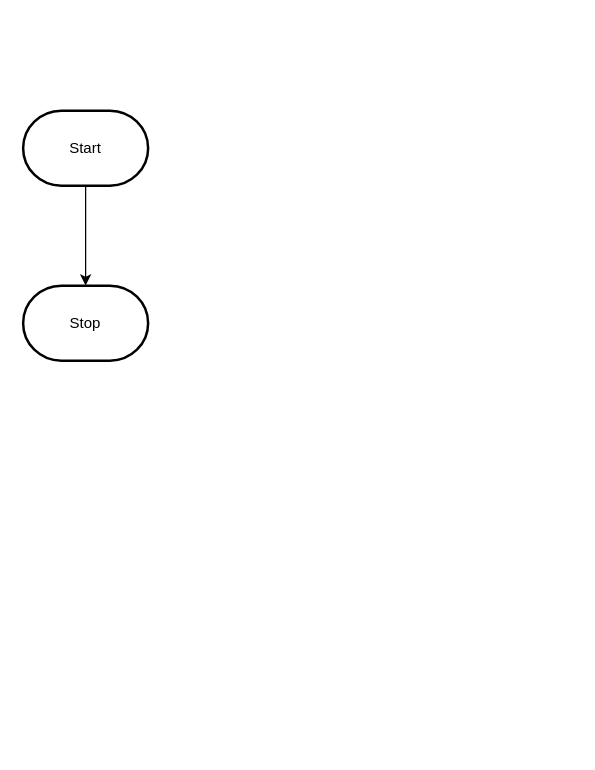
The draw.io diagram design/flowchart.drawio in MTHS-ICS2O-2-2022/ICS2O-Unit-3-02-Osamah-Hasan, before the edit. Source tidied: cells renumbered, new cells numbered last; positions are measured from the earlier drawing's top-left corner, leaving out a move shared by most shapes. Both pictures are drawn from the tidied source at 125%, with x=0, y=0 at pixel (22, 110).
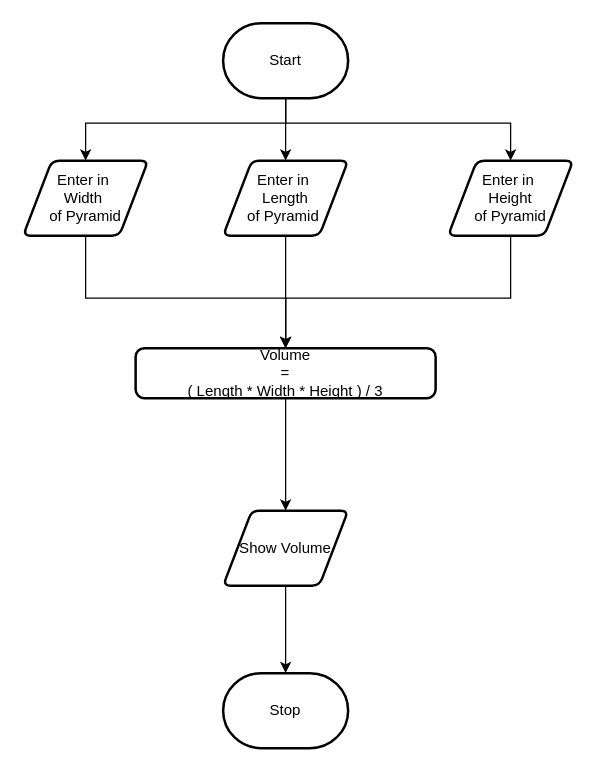
Above is the later version.

The edit, as a diff of the source:
```diff
@@
-    <mxCell id="2" style="edgeStyle=orthogonalEdgeStyle;html=1;rounded=0;" parent="1" edge="1" source="3" target="4">
-      <mxGeometry relative="1" as="geometry" />
-    </mxCell>
+    <mxCell id="5" style="edgeStyle=none;html=1;entryX=0.5;entryY=0;entryDx=0;entryDy=0;" parent="1" edge="1" source="3" target="9">
+      <mxGeometry relative="1" as="geometry" />
+    </mxCell>
+    <mxCell id="6" style="edgeStyle=orthogonalEdgeStyle;html=1;fontFamily=Helvetica;fontSize=12;fontColor=default;rounded=0;" parent="1" edge="1" source="3" target="15">
+      <mxGeometry relative="1" as="geometry">
+        <Array as="points">
+          <mxPoint x="210" y="10" />
+          <mxPoint x="50" y="10" />
+        </Array>
+      </mxGeometry>
+    </mxCell>
+    <mxCell id="7" style="edgeStyle=orthogonalEdgeStyle;shape=connector;rounded=0;html=1;labelBackgroundColor=default;strokeColor=default;fontFamily=Helvetica;fontSize=12;fontColor=default;endArrow=classic;" parent="1" edge="1" source="3" target="11">
+      <mxGeometry relative="1" as="geometry">
+        <Array as="points">
+          <mxPoint x="210" y="10" />
+          <mxPoint x="390" y="10" />
+        </Array>
+      </mxGeometry>
+    </mxCell>
     <mxCell id="3" value="Start" style="strokeWidth=2;html=1;shape=mxgraph.flowchart.terminator;whiteSpace=wrap;" parent="1" vertex="1">
-      <mxGeometry width="100" height="60" as="geometry" />
+      <mxGeometry x="160" y="-70" width="100" height="60" as="geometry" />
     </mxCell>
     <mxCell id="4" value="Stop" style="strokeWidth=2;html=1;shape=mxgraph.flowchart.terminator;whiteSpace=wrap;" parent="1" vertex="1">
-      <mxGeometry y="140" width="100" height="60" as="geometry" />
+      <mxGeometry x="160" y="450" width="100" height="60" as="geometry" />
     </mxCell>
+    <mxCell id="8" style="edgeStyle=orthogonalEdgeStyle;shape=connector;rounded=0;html=1;labelBackgroundColor=default;strokeColor=default;fontFamily=Helvetica;fontSize=12;fontColor=default;endArrow=classic;" parent="1" edge="1" source="9" target="13">
+      <mxGeometry relative="1" as="geometry" />
+    </mxCell>
+    <mxCell id="9" value="Enter in&amp;nbsp;&lt;br&gt;Length&lt;br&gt;of Pyramid&amp;nbsp;" style="shape=parallelogram;html=1;strokeWidth=2;perimeter=parallelogramPerimeter;whiteSpace=wrap;rounded=1;arcSize=12;size=0.23;" parent="1" vertex="1">
+      <mxGeometry x="160" y="40" width="100" height="60" as="geometry" />
+    </mxCell>
+    <mxCell id="10" style="edgeStyle=orthogonalEdgeStyle;shape=connector;rounded=0;html=1;labelBackgroundColor=default;strokeColor=default;fontFamily=Helvetica;fontSize=12;fontColor=default;endArrow=classic;" parent="1" edge="1" source="11" target="13">
+      <mxGeometry relative="1" as="geometry">
+        <Array as="points">
+          <mxPoint x="390" y="150" />
+          <mxPoint x="210" y="150" />
+        </Array>
+      </mxGeometry>
+    </mxCell>
+    <mxCell id="11" value="Enter in&amp;nbsp;&lt;br&gt;Height&lt;br&gt;of Pyramid" style="shape=parallelogram;html=1;strokeWidth=2;perimeter=parallelogramPerimeter;whiteSpace=wrap;rounded=1;arcSize=12;size=0.23;" parent="1" vertex="1">
+      <mxGeometry x="340" y="40" width="100" height="60" as="geometry" />
+    </mxCell>
+    <mxCell id="12" style="edgeStyle=orthogonalEdgeStyle;shape=connector;rounded=0;html=1;labelBackgroundColor=default;strokeColor=default;fontFamily=Helvetica;fontSize=12;fontColor=default;endArrow=classic;" parent="1" edge="1" source="13" target="17">
+      <mxGeometry relative="1" as="geometry" />
+    </mxCell>
+    <mxCell id="13" value="Volume &lt;br&gt;= &lt;br&gt;( Length * Width * Height ) / 3" style="rounded=1;whiteSpace=wrap;html=1;absoluteArcSize=1;arcSize=14;strokeWidth=2;" parent="1" vertex="1">
+      <mxGeometry x="90" y="190" width="240" height="40" as="geometry" />
+    </mxCell>
+    <mxCell id="14" style="edgeStyle=orthogonalEdgeStyle;shape=connector;rounded=0;html=1;labelBackgroundColor=default;strokeColor=default;fontFamily=Helvetica;fontSize=12;fontColor=default;endArrow=classic;" parent="1" edge="1" source="15" target="13">
+      <mxGeometry relative="1" as="geometry">
+        <Array as="points">
+          <mxPoint x="50" y="150" />
+          <mxPoint x="210" y="150" />
+        </Array>
+      </mxGeometry>
+    </mxCell>
+    <mxCell id="15" value="Enter in&amp;nbsp;&lt;br&gt;Width&amp;nbsp;&lt;br&gt;of Pyramid" style="shape=parallelogram;html=1;strokeWidth=2;perimeter=parallelogramPerimeter;whiteSpace=wrap;rounded=1;arcSize=12;size=0.23;" parent="1" vertex="1">
+      <mxGeometry y="40" width="100" height="60" as="geometry" />
+    </mxCell>
+    <mxCell id="16" style="edgeStyle=orthogonalEdgeStyle;shape=connector;rounded=0;html=1;labelBackgroundColor=default;strokeColor=default;fontFamily=Helvetica;fontSize=12;fontColor=default;endArrow=classic;" parent="1" edge="1" source="17" target="4">
+      <mxGeometry relative="1" as="geometry" />
+    </mxCell>
+    <mxCell id="17" value="Show Volume" style="shape=parallelogram;html=1;strokeWidth=2;perimeter=parallelogramPerimeter;whiteSpace=wrap;rounded=1;arcSize=12;size=0.23;strokeColor=default;fontFamily=Helvetica;fontSize=12;fontColor=default;fillColor=default;" parent="1" vertex="1">
+      <mxGeometry x="160" y="320" width="100" height="60" as="geometry" />
+    </mxCell>
```
